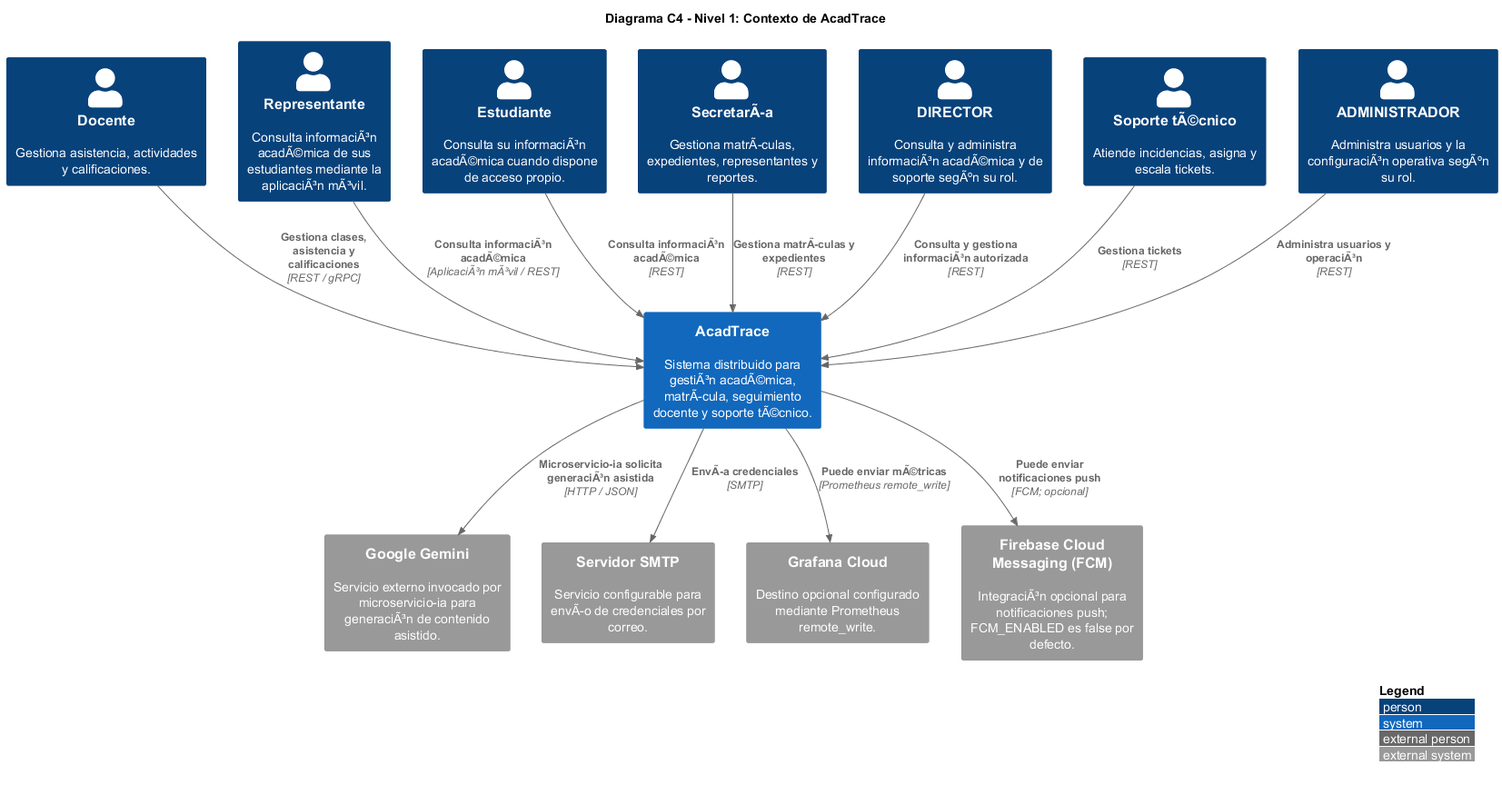
This is Informe-E4_BCEL/c4_nivel1_contexto.png from gleiston-guerrero/acadtrace, a PlantUML export, as it was before one commit.
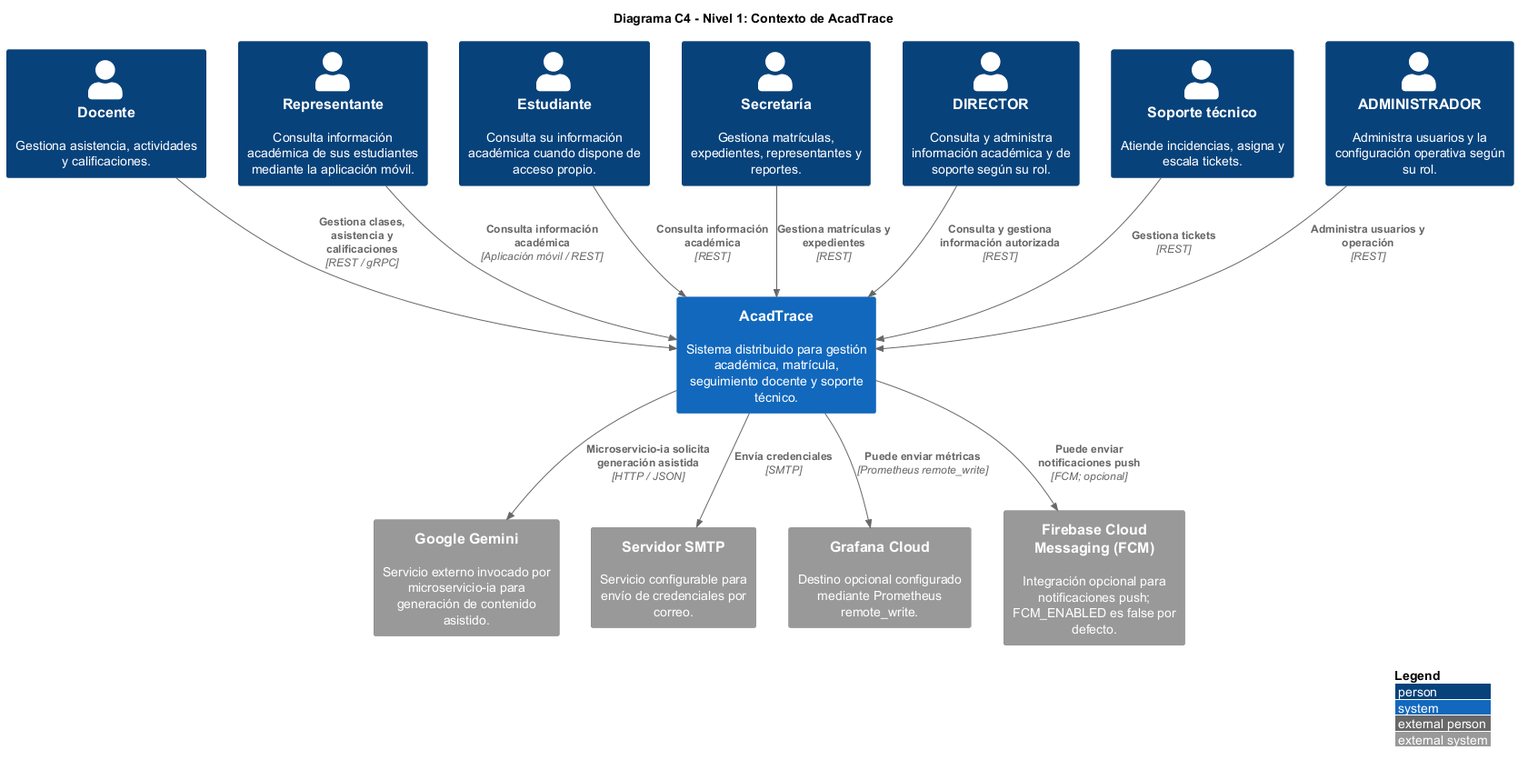
The same file after the commit.

The edit, as a diff of the source:
```diff
@@ -6,31 +6,31 @@
 title Diagrama C4 - Nivel 1: Contexto de AcadTrace
 
 Person(docente, "Docente", "Gestiona asistencia, actividades y calificaciones.")
-Person(representante, "Representante", "Consulta informaciÃ³n acadÃ©mica de sus estudiantes mediante la aplicaciÃ³n mÃ³vil.")
-Person(estudiante, "Estudiante", "Consulta su informaciÃ³n acadÃ©mica cuando dispone de acceso propio.")
-Person(secretaria, "SecretarÃ­a", "Gestiona matrÃ­culas, expedientes, representantes y reportes.")
-Person(director, "DIRECTOR", "Consulta y administra informaciÃ³n acadÃ©mica y de soporte segÃºn su rol.")
-Person(soporte, "Soporte tÃ©cnico", "Atiende incidencias, asigna y escala tickets.")
-Person(administrador, "ADMINISTRADOR", "Administra usuarios y la configuraciÃ³n operativa segÃºn su rol.")
+Person(representante, "Representante", "Consulta información académica de sus estudiantes mediante la aplicación móvil.")
+Person(estudiante, "Estudiante", "Consulta su información académica cuando dispone de acceso propio.")
+Person(secretaria, "Secretaría", "Gestiona matrículas, expedientes, representantes y reportes.")
+Person(director, "DIRECTOR", "Consulta y administra información académica y de soporte según su rol.")
+Person(soporte, "Soporte técnico", "Atiende incidencias, asigna y escala tickets.")
+Person(administrador, "ADMINISTRADOR", "Administra usuarios y la configuración operativa según su rol.")
 
-System(acadtrace, "AcadTrace", "Sistema distribuido para gestiÃ³n acadÃ©mica, matrÃ­cula, seguimiento docente y soporte tÃ©cnico.")
+System(acadtrace, "AcadTrace", "Sistema distribuido para gestión académica, matrícula, seguimiento docente y soporte técnico.")
 
-System_Ext(gemini, "Google Gemini", "Servicio externo invocado por microservicio-ia para generaciÃ³n de contenido asistido.")
-System_Ext(smtp, "Servidor SMTP", "Servicio configurable para envÃ­o de credenciales por correo.")
+System_Ext(gemini, "Google Gemini", "Servicio externo invocado por microservicio-ia para generación de contenido asistido.")
+System_Ext(smtp, "Servidor SMTP", "Servicio configurable para envío de credenciales por correo.")
 System_Ext(grafana_cloud, "Grafana Cloud", "Destino opcional configurado mediante Prometheus remote_write.")
-System_Ext(fcm, "Firebase Cloud Messaging (FCM)", "IntegraciÃ³n opcional para notificaciones push; FCM_ENABLED es false por defecto.")
+System_Ext(fcm, "Firebase Cloud Messaging (FCM)", "Integración opcional para notificaciones push; FCM_ENABLED es false por defecto.")
 
 Rel(docente, acadtrace, "Gestiona clases, asistencia y calificaciones", "REST / gRPC")
-Rel(representante, acadtrace, "Consulta informaciÃ³n acadÃ©mica", "AplicaciÃ³n mÃ³vil / REST")
-Rel(estudiante, acadtrace, "Consulta informaciÃ³n acadÃ©mica", "REST")
-Rel(secretaria, acadtrace, "Gestiona matrÃ­culas y expedientes", "REST")
-Rel(director, acadtrace, "Consulta y gestiona informaciÃ³n autorizada", "REST")
+Rel(representante, acadtrace, "Consulta información académica", "Aplicación móvil / REST")
+Rel(estudiante, acadtrace, "Consulta información académica", "REST")
+Rel(secretaria, acadtrace, "Gestiona matrículas y expedientes", "REST")
+Rel(director, acadtrace, "Consulta y gestiona información autorizada", "REST")
 Rel(soporte, acadtrace, "Gestiona tickets", "REST")
-Rel(administrador, acadtrace, "Administra usuarios y operaciÃ³n", "REST")
+Rel(administrador, acadtrace, "Administra usuarios y operación", "REST")
 
-Rel(acadtrace, gemini, "Microservicio-ia solicita generaciÃ³n asistida", "HTTP / JSON")
-Rel(acadtrace, smtp, "EnvÃ­a credenciales", "SMTP")
-Rel(acadtrace, grafana_cloud, "Puede enviar mÃ©tricas", "Prometheus remote_write")
+Rel(acadtrace, gemini, "Microservicio-ia solicita generación asistida", "HTTP / JSON")
+Rel(acadtrace, smtp, "Envía credenciales", "SMTP")
+Rel(acadtrace, grafana_cloud, "Puede enviar métricas", "Prometheus remote_write")
 Rel(acadtrace, fcm, "Puede enviar notificaciones push", "FCM; opcional")
 
 @enduml
```
